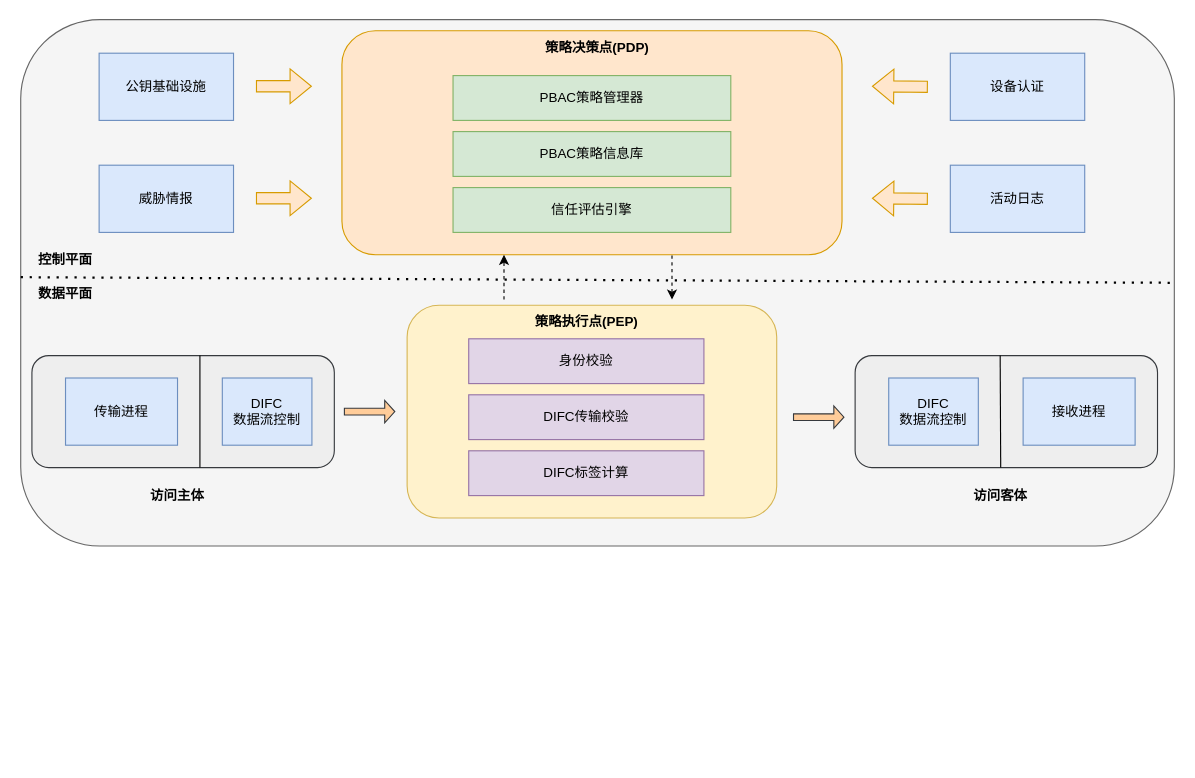
ZhuShouCheng/notebook keeps this draw.io diagram as DIFC零信任架构.drawio. Above is the earlier version. Source tidied: cells renumbered, new cells numbered last; positions are measured from the earlier drawing's top-left corner, leaving out a move shared by most shapes. Both pictures are drawn from the tidied source at 112%, with x=0, y=0 at pixel (20, 19).
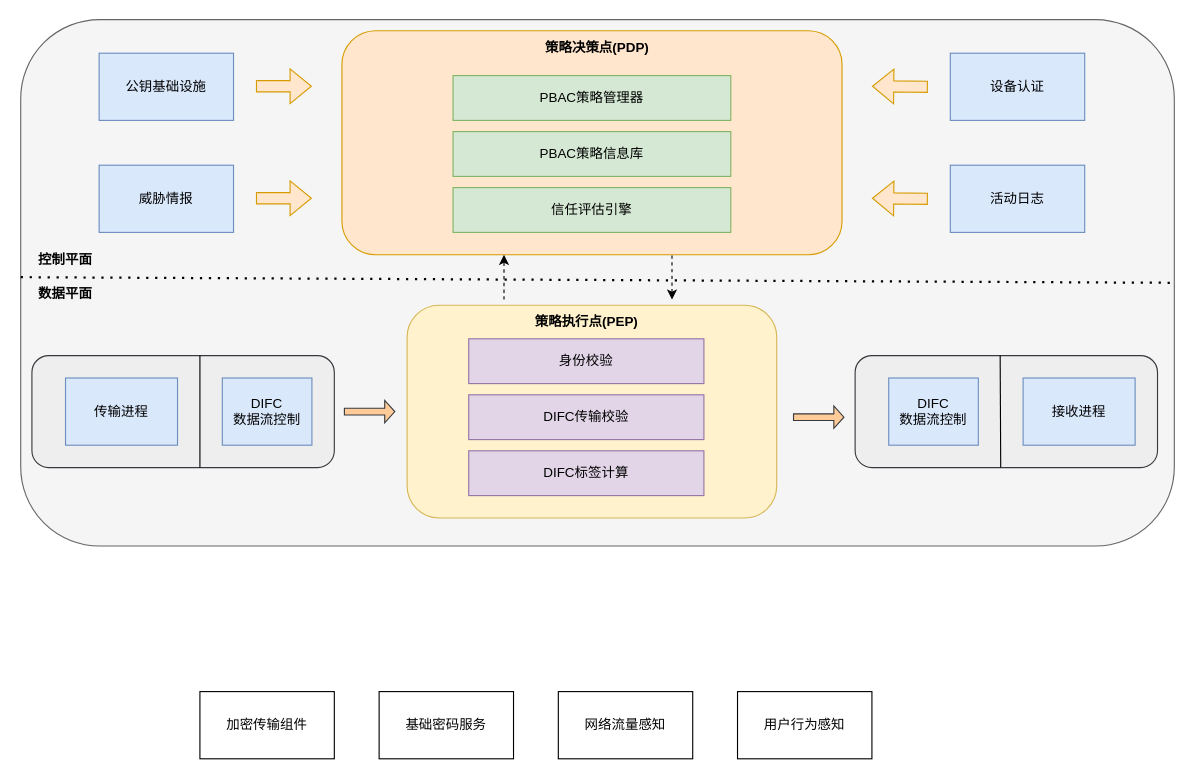
The same page after the edit.

Commit message:
更新DIFC零信任架构.drawio

The edit, as a diff of the source:
```diff
@@
-    <mxCell id="27" value="&lt;b&gt;访问主体&lt;/b&gt;" style="text;html=1;strokeColor=none;fillColor=none;align=center;verticalAlign=middle;whiteSpace=wrap;rounded=0;" parent="1" vertex="1">
-      <mxGeometry x="110" y="410" width="60" height="30" as="geometry" />
-    </mxCell>
-    <mxCell id="28" value="&lt;b&gt;访问客体&lt;/b&gt;" style="text;html=1;strokeColor=none;fillColor=none;align=center;verticalAlign=middle;whiteSpace=wrap;rounded=0;" parent="1" vertex="1">
-      <mxGeometry x="845" y="410" width="60" height="30" as="geometry" />
-    </mxCell>
@@
+    <mxCell id="38" value="加密传输组件" style="rounded=0;whiteSpace=wrap;html=1;" parent="1" vertex="1">
+      <mxGeometry x="160" y="600" width="120" height="60" as="geometry" />
+    </mxCell>
+    <mxCell id="39" value="基础密码服务" style="rounded=0;whiteSpace=wrap;html=1;" parent="1" vertex="1">
+      <mxGeometry x="320" y="600" width="120" height="60" as="geometry" />
+    </mxCell>
+    <mxCell id="40" value="网络流量感知" style="rounded=0;whiteSpace=wrap;html=1;" parent="1" vertex="1">
+      <mxGeometry x="480" y="600" width="120" height="60" as="geometry" />
+    </mxCell>
+    <mxCell id="41" value="用户行为感知" style="rounded=0;whiteSpace=wrap;html=1;" parent="1" vertex="1">
+      <mxGeometry x="640" y="600" width="120" height="60" as="geometry" />
+    </mxCell>
```
